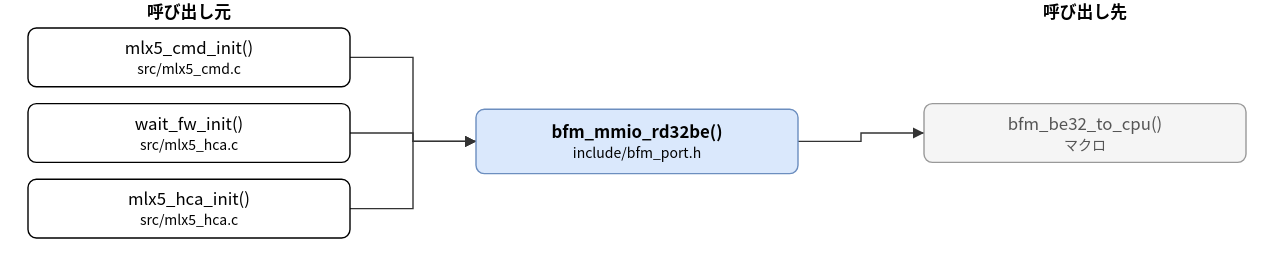
Earlier version of the draw.io export doc/spec/images/call_include_bfm_port-bfm_mmio_rd32be.drawio.svg (hf355051012-ai/bfmem). Source tidied: cells renumbered, new cells last; positions are measured from the earlier drawing's top-left corner, leaving out a move shared by most shapes.
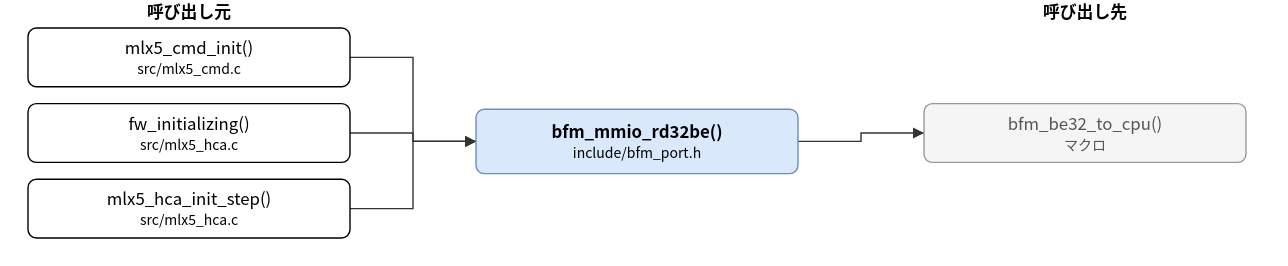
After the change.

What changed in the source:
```diff
@@ -8,10 +8,10 @@
     <mxCell id="3" value="mlx5_cmd_init()&lt;br&gt;&lt;font style=&quot;font-size:10px&quot;&gt;src/mlx5_cmd.c&lt;/font&gt;" style="rounded=1;whiteSpace=wrap;html=1;" parent="1" vertex="1">
       <mxGeometry y="20" width="230" height="42" as="geometry" />
     </mxCell>
-    <mxCell id="4" value="wait_fw_init()&lt;br&gt;&lt;font style=&quot;font-size:10px&quot;&gt;src/mlx5_hca.c&lt;/font&gt;" style="rounded=1;whiteSpace=wrap;html=1;" parent="1" vertex="1">
+    <mxCell id="4" value="fw_initializing()&lt;br&gt;&lt;font style=&quot;font-size:10px&quot;&gt;src/mlx5_hca.c&lt;/font&gt;" style="rounded=1;whiteSpace=wrap;html=1;" parent="1" vertex="1">
       <mxGeometry y="74" width="230" height="42" as="geometry" />
     </mxCell>
-    <mxCell id="5" value="mlx5_hca_init()&lt;br&gt;&lt;font style=&quot;font-size:10px&quot;&gt;src/mlx5_hca.c&lt;/font&gt;" style="rounded=1;whiteSpace=wrap;html=1;" parent="1" vertex="1">
+    <mxCell id="5" value="mlx5_hca_init_step()&lt;br&gt;&lt;font style=&quot;font-size:10px&quot;&gt;src/mlx5_hca.c&lt;/font&gt;" style="rounded=1;whiteSpace=wrap;html=1;" parent="1" vertex="1">
       <mxGeometry y="128" width="230" height="42" as="geometry" />
     </mxCell>
     <mxCell id="6" value="bfm_be32_to_cpu()&lt;br&gt;&lt;font style=&quot;font-size:10px&quot;&gt;マクロ&lt;/font&gt;" style="rounded=1;whiteSpace=wrap;html=1;fillColor=#f5f5f5;strokeColor=#999999;fontColor=#555555;" parent="1" vertex="1">
```
